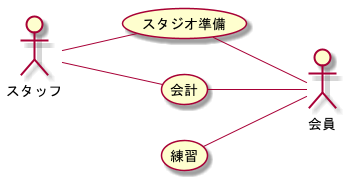
Earlier version of the PlantUML export modeling/04_BusinessUsecase_スタジオ利用/BusinessUsecase.png (TakashiOnawa/ddd-practice-studio-reservation). Its diagram source:
```plantuml
@startuml BusinessUsecase

left to right direction

actor スタッフ
actor 会員

スタッフ -- (スタジオ準備)
(スタジオ準備) -- 会員
(練習) -- 会員
(会計) -- 会員
スタッフ -- (会計)

@enduml
```
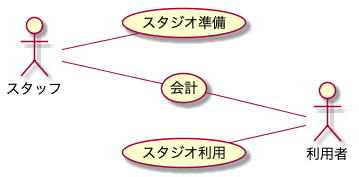
The same file after the commit.

The edit, as a diff of the source:
```diff
@@ -3,12 +3,11 @@
 left to right direction
 
 actor スタッフ
-actor 会員
+actor 利用者
 
 スタッフ -- (スタジオ準備)
-(スタジオ準備) -- 会員
-(練習) -- 会員
-(会計) -- 会員
+(スタジオ利用) -- 利用者
+(会計) -- 利用者
 スタッフ -- (会計)
 
 @enduml
```
